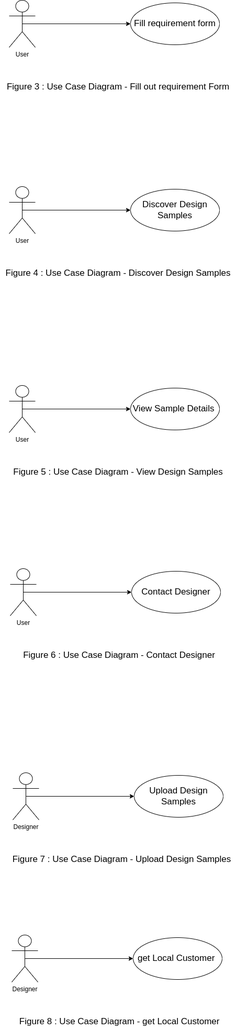
Before: Use Case 2 Fill out frorm .drawio.png, a diagram exported from draw.io (Tayyba-Dev/Interior-Recommendation). Source tidied: cells renumbered, new cells last; positions are measured from the earlier drawing's top-left corner, leaving out a move shared by most shapes.
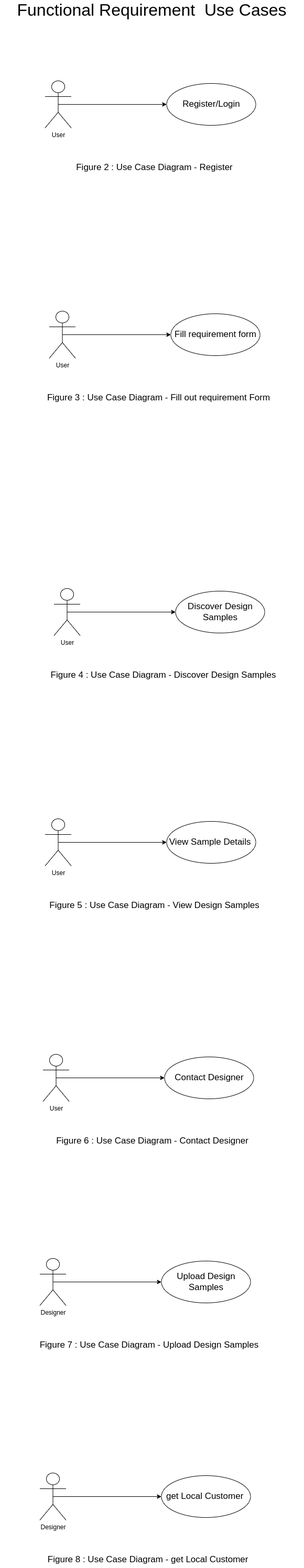
After the change.

Change to the diagram source:
```diff
@@ -6,73 +6,88 @@
       <mxGeometry relative="1" as="geometry" />
     </mxCell>
     <mxCell id="3" value="User" style="shape=umlActor;verticalLabelPosition=bottom;verticalAlign=top;html=1;outlineConnect=0;" parent="1" vertex="1">
-      <mxGeometry x="17" width="50" height="90" as="geometry" />
+      <mxGeometry x="38.5" y="346" width="50" height="90" as="geometry" />
     </mxCell>
     <mxCell id="4" value="&lt;span style=&quot;font-size: 17px;&quot;&gt;Fill requirement form&lt;/span&gt;" style="ellipse;whiteSpace=wrap;html=1;fontSize=13;" parent="1" vertex="1">
-      <mxGeometry x="249" y="5" width="170" height="80" as="geometry" />
+      <mxGeometry x="270.5" y="351" width="170" height="80" as="geometry" />
     </mxCell>
     <mxCell id="5" value="Figure 3 : Use Case Diagram - Fill out requirement Form" style="text;html=1;align=center;verticalAlign=middle;strokeColor=none;fillColor=none;fontSize=17;" parent="1" vertex="1">
-      <mxGeometry x="5" y="151" width="440" height="30" as="geometry" />
+      <mxGeometry x="26.5" y="497" width="440" height="30" as="geometry" />
     </mxCell>
     <mxCell id="6" style="edgeStyle=orthogonalEdgeStyle;rounded=0;jettySize=auto;html=1;exitX=0.5;exitY=0.5;exitDx=0;exitDy=0;exitPerimeter=0;entryX=0;entryY=0.5;entryDx=0;entryDy=0;fontSize=17;" parent="1" edge="1" source="7" target="8">
       <mxGeometry relative="1" as="geometry" />
     </mxCell>
     <mxCell id="7" value="User" style="shape=umlActor;verticalLabelPosition=bottom;verticalAlign=top;html=1;outlineConnect=0;" parent="1" vertex="1">
-      <mxGeometry x="17" y="356" width="50" height="90" as="geometry" />
+      <mxGeometry x="47.5" y="876" width="50" height="90" as="geometry" />
     </mxCell>
     <mxCell id="8" value="&lt;span style=&quot;font-size: 17px;&quot;&gt;Discover Design&lt;br&gt;Samples&lt;br&gt;&lt;/span&gt;" style="ellipse;whiteSpace=wrap;html=1;fontSize=13;" parent="1" vertex="1">
-      <mxGeometry x="249" y="361" width="170" height="80" as="geometry" />
+      <mxGeometry x="279.5" y="881" width="170" height="80" as="geometry" />
     </mxCell>
     <mxCell id="9" value="Figure 4 : Use Case Diagram -&amp;nbsp;&lt;span style=&quot;&quot;&gt;Discover Design&amp;nbsp;&lt;/span&gt;&lt;span style=&quot;&quot;&gt;Samples&lt;/span&gt;" style="text;html=1;align=center;verticalAlign=middle;strokeColor=none;fillColor=none;fontSize=17;" parent="1" vertex="1">
-      <mxGeometry y="507" width="450" height="30" as="geometry" />
+      <mxGeometry x="30.5" y="1027" width="450" height="30" as="geometry" />
     </mxCell>
     <mxCell id="10" style="edgeStyle=orthogonalEdgeStyle;rounded=0;jettySize=auto;html=1;exitX=0.5;exitY=0.5;exitDx=0;exitDy=0;exitPerimeter=0;entryX=0;entryY=0.5;entryDx=0;entryDy=0;fontSize=17;" parent="1" edge="1" source="11" target="12">
       <mxGeometry relative="1" as="geometry" />
     </mxCell>
     <mxCell id="11" value="User" style="shape=umlActor;verticalLabelPosition=bottom;verticalAlign=top;html=1;outlineConnect=0;" parent="1" vertex="1">
-      <mxGeometry x="17" y="736" width="50" height="90" as="geometry" />
+      <mxGeometry x="30.5" y="1316" width="50" height="90" as="geometry" />
     </mxCell>
     <mxCell id="12" value="&lt;span style=&quot;font-size: 17px;&quot;&gt;View Sample Details&amp;nbsp;&lt;br&gt;&lt;/span&gt;" style="ellipse;whiteSpace=wrap;html=1;fontSize=13;" parent="1" vertex="1">
-      <mxGeometry x="249" y="741" width="170" height="80" as="geometry" />
+      <mxGeometry x="262.5" y="1321" width="170" height="80" as="geometry" />
     </mxCell>
     <mxCell id="13" value="Figure 5 : Use Case Diagram - View Design&lt;span style=&quot;&quot;&gt;&amp;nbsp;&lt;/span&gt;&lt;span style=&quot;&quot;&gt;Samples&lt;/span&gt;" style="text;html=1;align=center;verticalAlign=middle;strokeColor=none;fillColor=none;fontSize=17;" parent="1" vertex="1">
-      <mxGeometry x="15" y="887" width="420" height="30" as="geometry" />
+      <mxGeometry x="28.5" y="1467" width="420" height="30" as="geometry" />
     </mxCell>
     <mxCell id="14" style="edgeStyle=orthogonalEdgeStyle;rounded=0;jettySize=auto;html=1;exitX=0.5;exitY=0.5;exitDx=0;exitDy=0;exitPerimeter=0;entryX=0;entryY=0.5;entryDx=0;entryDy=0;fontSize=17;" parent="1" edge="1" source="15" target="16">
       <mxGeometry relative="1" as="geometry" />
     </mxCell>
     <mxCell id="15" value="User" style="shape=umlActor;verticalLabelPosition=bottom;verticalAlign=top;html=1;outlineConnect=0;" parent="1" vertex="1">
-      <mxGeometry x="19" y="1086" width="50" height="90" as="geometry" />
+      <mxGeometry x="26.5" y="1766" width="50" height="90" as="geometry" />
     </mxCell>
     <mxCell id="16" value="&lt;span style=&quot;font-size: 17px;&quot;&gt;Contact Designer&lt;br&gt;&lt;/span&gt;" style="ellipse;whiteSpace=wrap;html=1;fontSize=13;" parent="1" vertex="1">
-      <mxGeometry x="251" y="1091" width="170" height="80" as="geometry" />
+      <mxGeometry x="258.5" y="1771" width="170" height="80" as="geometry" />
     </mxCell>
     <mxCell id="17" value="Figure 6 : Use Case Diagram - Contact Designer" style="text;html=1;align=center;verticalAlign=middle;strokeColor=none;fillColor=none;fontSize=17;" parent="1" vertex="1">
-      <mxGeometry x="37" y="1237" width="380" height="30" as="geometry" />
+      <mxGeometry x="44.5" y="1917" width="380" height="30" as="geometry" />
     </mxCell>
     <mxCell id="18" style="edgeStyle=orthogonalEdgeStyle;rounded=0;jettySize=auto;html=1;exitX=0.5;exitY=0.5;exitDx=0;exitDy=0;exitPerimeter=0;entryX=0;entryY=0.5;entryDx=0;entryDy=0;fontSize=17;" parent="1" edge="1" source="19" target="20">
       <mxGeometry relative="1" as="geometry" />
     </mxCell>
     <mxCell id="19" value="Designer" style="shape=umlActor;verticalLabelPosition=bottom;verticalAlign=top;html=1;outlineConnect=0;" parent="1" vertex="1">
-      <mxGeometry x="24" y="1476" width="50" height="90" as="geometry" />
+      <mxGeometry x="20.5" y="2156" width="50" height="90" as="geometry" />
     </mxCell>
     <mxCell id="20" value="&lt;span style=&quot;font-size: 17px;&quot;&gt;Upload Design Samples&lt;br&gt;&lt;/span&gt;" style="ellipse;whiteSpace=wrap;html=1;fontSize=13;" parent="1" vertex="1">
-      <mxGeometry x="256" y="1481" width="170" height="80" as="geometry" />
+      <mxGeometry x="252.5" y="2161" width="170" height="80" as="geometry" />
     </mxCell>
     <mxCell id="21" value="Figure 7 : Use Case Diagram - Upload Design Samples" style="text;html=1;align=center;verticalAlign=middle;strokeColor=none;fillColor=none;fontSize=17;" parent="1" vertex="1">
-      <mxGeometry x="17" y="1627" width="430" height="30" as="geometry" />
+      <mxGeometry x="13.5" y="2307" width="430" height="30" as="geometry" />
     </mxCell>
     <mxCell id="22" style="edgeStyle=orthogonalEdgeStyle;rounded=0;jettySize=auto;html=1;exitX=0.5;exitY=0.5;exitDx=0;exitDy=0;exitPerimeter=0;entryX=0;entryY=0.5;entryDx=0;entryDy=0;fontSize=17;" parent="1" edge="1" source="23" target="24">
       <mxGeometry relative="1" as="geometry" />
     </mxCell>
     <mxCell id="23" value="Designer" style="shape=umlActor;verticalLabelPosition=bottom;verticalAlign=top;html=1;outlineConnect=0;" parent="1" vertex="1">
-      <mxGeometry x="22" y="1786" width="50" height="90" as="geometry" />
+      <mxGeometry x="20.5" y="2566" width="50" height="90" as="geometry" />
     </mxCell>
     <mxCell id="24" value="&lt;span style=&quot;font-size: 17px;&quot;&gt;get Local Customer&amp;nbsp;&lt;br&gt;&lt;/span&gt;" style="ellipse;whiteSpace=wrap;html=1;fontSize=13;" parent="1" vertex="1">
-      <mxGeometry x="254" y="1791" width="170" height="80" as="geometry" />
+      <mxGeometry x="252.5" y="2571" width="170" height="80" as="geometry" />
     </mxCell>
     <mxCell id="25" value="Figure 8 : Use Case Diagram -&amp;nbsp;&lt;span style=&quot;&quot;&gt;get Local Customer&amp;nbsp;&lt;/span&gt;" style="text;html=1;align=center;verticalAlign=middle;strokeColor=none;fillColor=none;fontSize=17;" parent="1" vertex="1">
-      <mxGeometry x="30" y="1937" width="400" height="30" as="geometry" />
+      <mxGeometry x="28.5" y="2717" width="400" height="30" as="geometry" />
     </mxCell>
+    <mxCell id="26" style="edgeStyle=orthogonalEdgeStyle;rounded=0;jettySize=auto;html=1;exitX=0.5;exitY=0.5;exitDx=0;exitDy=0;exitPerimeter=0;entryX=0;entryY=0.5;entryDx=0;entryDy=0;fontSize=17;" parent="1" edge="1" source="27" target="28">
+      <mxGeometry relative="1" as="geometry" />
+    </mxCell>
+    <mxCell id="27" value="User" style="shape=umlActor;verticalLabelPosition=bottom;verticalAlign=top;html=1;outlineConnect=0;" parent="1" vertex="1">
+      <mxGeometry x="30.5" y="-94" width="50" height="90" as="geometry" />
+    </mxCell>
+    <mxCell id="28" value="&lt;font style=&quot;font-size: 17px;&quot;&gt;Register/Login&lt;/font&gt;" style="ellipse;whiteSpace=wrap;html=1;fontSize=13;" parent="1" vertex="1">
+      <mxGeometry x="262.5" y="-89" width="170" height="80" as="geometry" />
+    </mxCell>
+    <mxCell id="29" value="Figure 2 : Use Case Diagram - Register" style="text;html=1;align=center;verticalAlign=middle;strokeColor=none;fillColor=none;fontSize=17;" parent="1" vertex="1">
+      <mxGeometry x="82.5" y="58" width="312" height="28" as="geometry" />
+    </mxCell>
+    <mxCell id="30" value="Functional Requirement&amp;nbsp; Use Cases" style="text;html=1;strokeColor=none;fillColor=none;align=center;verticalAlign=middle;whiteSpace=wrap;rounded=0;fontSize=32;" parent="1" vertex="1">
+      <mxGeometry x="-55" y="-244" width="579" height="30" as="geometry" />
+    </mxCell>
   </root>
 </mxGraphModel>
```
